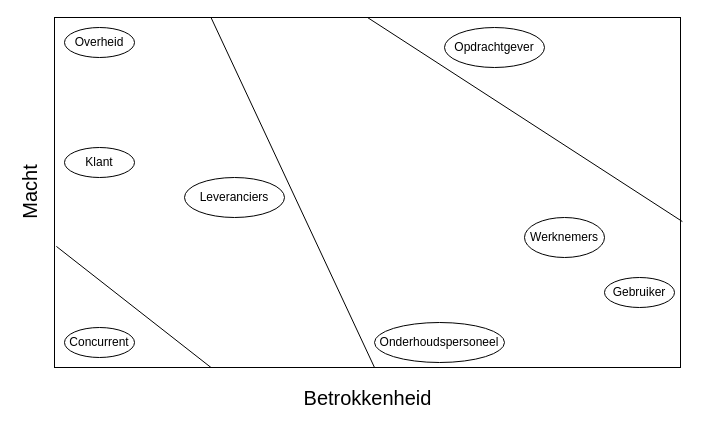
Before: Stakeholders/draw.io/invloed-betrokkenheids grafiek.drawio in ASCanak/SysEn, a draw.io diagram. Source tidied: cells renumbered, new cells numbered last; positions are measured from the earlier drawing's top-left corner, leaving out a move shared by most shapes. Both pictures are drawn from the tidied source at 100%, with x=0, y=0 at pixel (-6, 17).
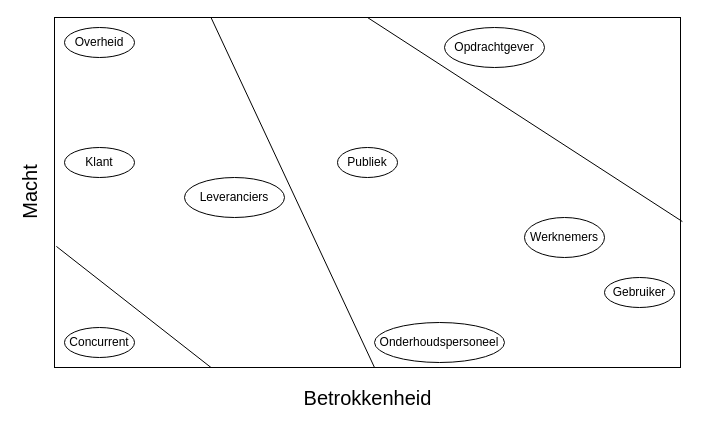
After the change.

Diff of the diagram source:
```diff
@@
 <mxGraphModel>
   <root>
     <mxCell id="0" />
     <mxCell id="1" parent="0" />
     <mxCell id="2" style="rounded=0;whiteSpace=wrap;html=1;" parent="1" vertex="1">
       <mxGeometry x="60" width="626" height="350" as="geometry" />
     </mxCell>
     <mxCell id="3" value="&lt;font style=&quot;font-size: 20px&quot;&gt;Betrokkenheid&lt;/font&gt;" style="text;html=1;align=center;verticalAlign=middle;" parent="1" vertex="1">
       <mxGeometry x="303" y="370" width="140" height="20" as="geometry" />
     </mxCell>
     <mxCell id="4" value="&lt;font style=&quot;font-size: 20px&quot;&gt;Macht&lt;/font&gt;" style="text;html=1;align=center;verticalAlign=middle;rotation=-90;" parent="1" vertex="1">
       <mxGeometry y="165" width="70" height="20" as="geometry" />
     </mxCell>
     <mxCell id="5" value="Concurrent" style="ellipse;whiteSpace=wrap;html=1;" parent="1" vertex="1">
       <mxGeometry x="70" y="310" width="70" height="30" as="geometry" />
     </mxCell>
     <mxCell id="6" value="Opdrachtgever" style="ellipse;whiteSpace=wrap;html=1;" parent="1" vertex="1">
       <mxGeometry x="450" y="10" width="100" height="40" as="geometry" />
     </mxCell>
     <mxCell id="7" value="Werknemers" style="ellipse;whiteSpace=wrap;html=1;" parent="1" vertex="1">
       <mxGeometry x="530" y="200" width="80" height="40" as="geometry" />
     </mxCell>
     <mxCell id="8" value="Gebruiker" style="ellipse;whiteSpace=wrap;html=1;" parent="1" vertex="1">
       <mxGeometry x="610" y="260" width="70" height="30" as="geometry" />
     </mxCell>
     <mxCell id="9" value="Onderhoudspersoneel" style="ellipse;whiteSpace=wrap;html=1;" parent="1" vertex="1">
       <mxGeometry x="380" y="305" width="130" height="40" as="geometry" />
     </mxCell>
     <mxCell id="10" value="Overheid" style="ellipse;whiteSpace=wrap;html=1;" parent="1" vertex="1">
       <mxGeometry x="70" y="10" width="70" height="30" as="geometry" />
     </mxCell>
     <mxCell id="11" value="Leveranciers" style="ellipse;whiteSpace=wrap;html=1;" parent="1" vertex="1">
       <mxGeometry x="190" y="160" width="100" height="40" as="geometry" />
     </mxCell>
     <mxCell id="12" value="Klant" style="ellipse;whiteSpace=wrap;html=1;" parent="1" vertex="1">
       <mxGeometry x="70" y="130" width="70" height="30" as="geometry" />
     </mxCell>
     <mxCell id="13" style="endArrow=none;html=1;exitX=0.5;exitY=0;exitDx=0;exitDy=0;entryX=1.003;entryY=0.583;entryDx=0;entryDy=0;entryPerimeter=0;" parent="1" edge="1" source="2" target="2">
       <mxGeometry relative="1" as="geometry" />
     </mxCell>
     <mxCell id="14" style="endArrow=none;html=1;exitX=0.25;exitY=0;exitDx=0;exitDy=0;" parent="1" edge="1" source="2">
       <mxGeometry relative="1" as="geometry">
         <mxPoint x="380" y="350" as="targetPoint" />
       </mxGeometry>
     </mxCell>
     <mxCell id="15" style="endArrow=none;html=1;exitX=0.003;exitY=0.654;exitDx=0;exitDy=0;exitPerimeter=0;entryX=0.25;entryY=1;entryDx=0;entryDy=0;" parent="1" edge="1" source="2" target="2">
       <mxGeometry relative="1" as="geometry" />
     </mxCell>
+    <mxCell id="16" value="Publiek" style="ellipse;whiteSpace=wrap;html=1;" parent="1" vertex="1">
+      <mxGeometry x="343" y="130" width="60" height="30" as="geometry" />
+    </mxCell>
   </root>
 </mxGraphModel>
```
